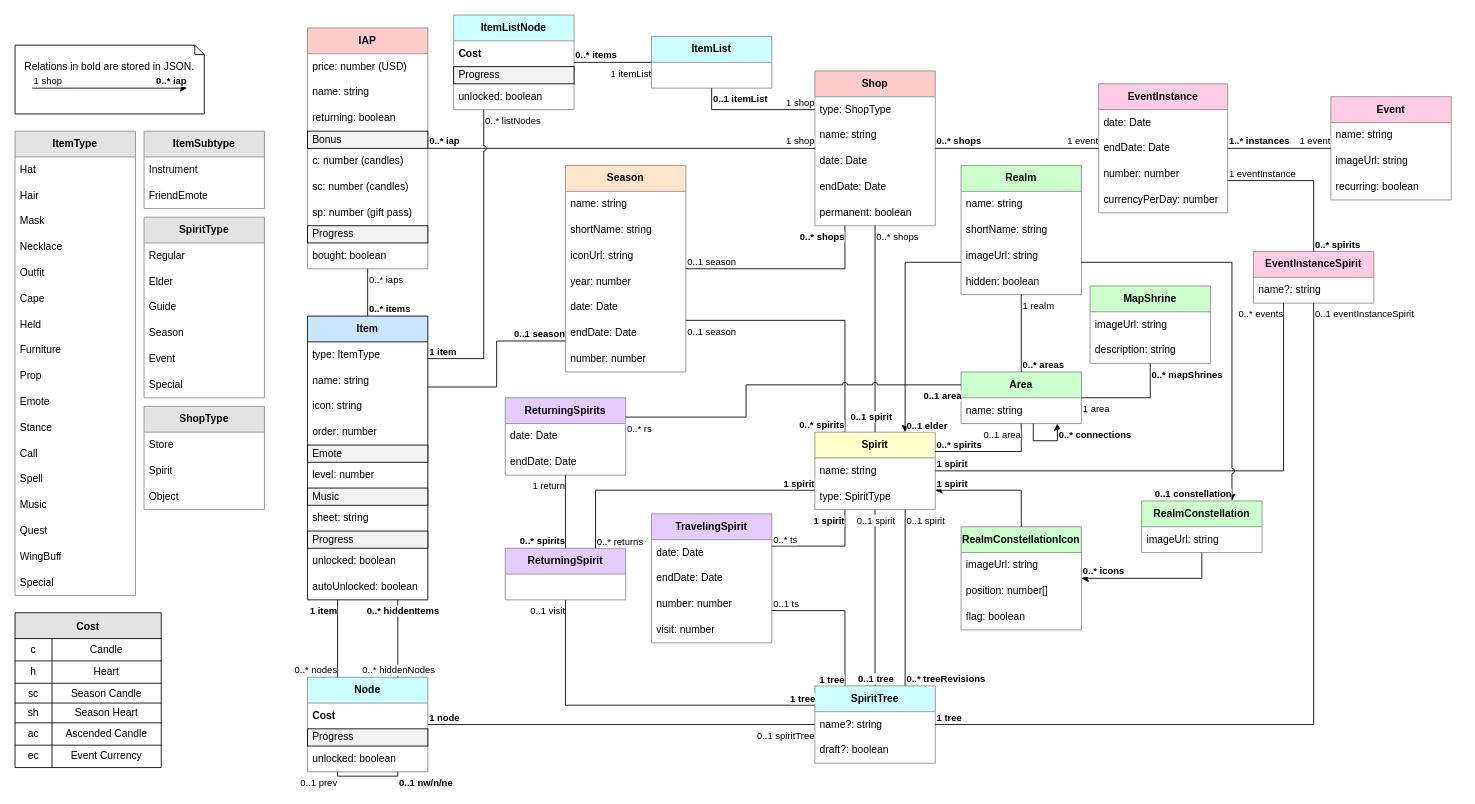
This is diagrams/SkyPlannerData.drawio from Silverfeelin/SkyGame-Planner, a draw.io file, before an edit. Source tidied: cells renumbered, new cells numbered last; positions are measured from the earlier drawing's top-left corner, leaving out a move shared by most shapes. Both pictures are drawn from the tidied source at 86%, with x=0, y=0 at pixel (15, 15).
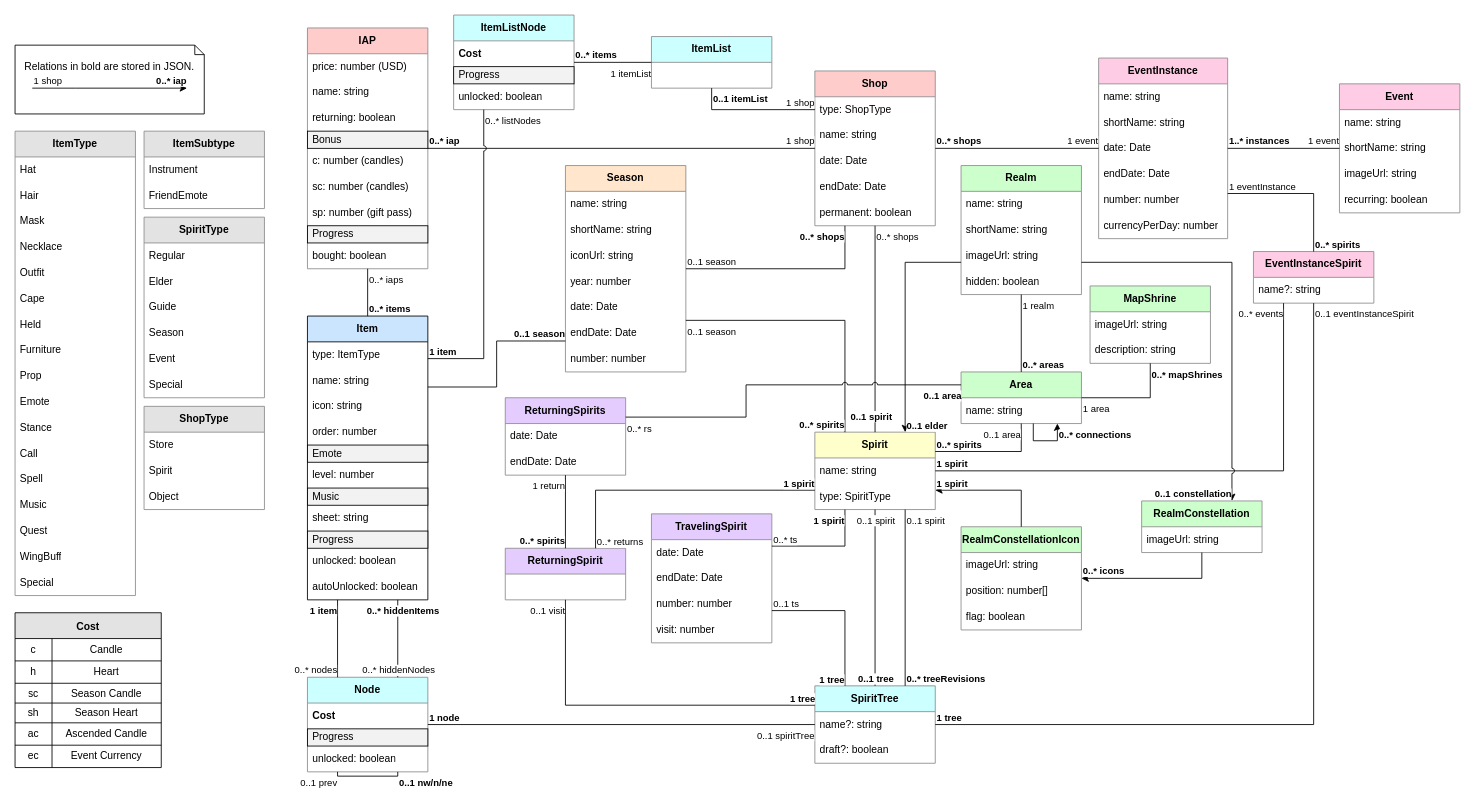
Above is the later version.

Change to the diagram source:
```diff
@@
     <mxCell id="53" value="Event" style="swimlane;fontStyle=1;horizontal=1;startSize=30;whiteSpace=wrap;html=1;fillStyle=auto;strokeColor=#8C8C8C;fillColor=#FFCCE6;" parent="1" vertex="1">
-      <mxGeometry x="1530" y="95" width="140" height="120" as="geometry" />
+      <mxGeometry x="1540" y="80" width="140" height="150" as="geometry" />
     </mxCell>
@@
+    <mxCell id="282" value="shortName: string" style="text;strokeColor=none;fillColor=none;align=left;verticalAlign=middle;spacingLeft=4;spacingRight=4;overflow=hidden;whiteSpace=wrap;html=1;fillStyle=auto;" parent="53" vertex="1">
+      <mxGeometry y="60" width="140" height="30" as="geometry" />
+    </mxCell>
     <mxCell id="55" value="imageUrl: string" style="text;strokeColor=none;fillColor=none;align=left;verticalAlign=middle;spacingLeft=4;spacingRight=4;overflow=hidden;whiteSpace=wrap;html=1;fillStyle=auto;" parent="53" vertex="1">
-      <mxGeometry y="60" width="140" height="30" as="geometry" />
+      <mxGeometry y="90" width="140" height="30" as="geometry" />
     </mxCell>
     <mxCell id="56" value="recurring: boolean" style="text;strokeColor=none;fillColor=none;align=left;verticalAlign=middle;spacingLeft=4;spacingRight=4;overflow=hidden;whiteSpace=wrap;html=1;fillStyle=auto;" parent="53" vertex="1">
-      <mxGeometry y="90" width="140" height="30" as="geometry" />
+      <mxGeometry y="120" width="140" height="30" as="geometry" />
     </mxCell>
@@
     <mxCell id="96" value="EventInstance" style="swimlane;fontStyle=1;horizontal=1;startSize=30;whiteSpace=wrap;html=1;fillStyle=auto;strokeColor=#8C8C8C;fillColor=#FFCCE6;" parent="1" vertex="1">
-      <mxGeometry x="1260" y="80" width="150" height="150" as="geometry" />
+      <mxGeometry x="1260" y="50" width="150" height="210" as="geometry" />
     </mxCell>
+    <mxCell id="283" value="name: string" style="text;strokeColor=none;fillColor=none;align=left;verticalAlign=middle;spacingLeft=4;spacingRight=4;overflow=hidden;whiteSpace=wrap;html=1;fillStyle=auto;" parent="96" vertex="1">
+      <mxGeometry y="30" width="150" height="30" as="geometry" />
+    </mxCell>
+    <mxCell id="284" value="shortName: string" style="text;strokeColor=none;fillColor=none;align=left;verticalAlign=middle;spacingLeft=4;spacingRight=4;overflow=hidden;whiteSpace=wrap;html=1;fillStyle=auto;" parent="96" vertex="1">
+      <mxGeometry y="60" width="150" height="30" as="geometry" />
+    </mxCell>
     <mxCell id="97" value="date: Date" style="text;strokeColor=none;fillColor=none;align=left;verticalAlign=middle;spacingLeft=4;spacingRight=4;overflow=hidden;whiteSpace=wrap;html=1;fillStyle=auto;" parent="96" vertex="1">
-      <mxGeometry y="30" width="150" height="30" as="geometry" />
+      <mxGeometry y="90" width="150" height="30" as="geometry" />
     </mxCell>
     <mxCell id="98" value="endDate: Date" style="text;strokeColor=none;fillColor=none;align=left;verticalAlign=middle;spacingLeft=4;spacingRight=4;overflow=hidden;whiteSpace=wrap;html=1;fillStyle=auto;" parent="96" vertex="1">
-      <mxGeometry y="60" width="150" height="30" as="geometry" />
+      <mxGeometry y="120" width="150" height="30" as="geometry" />
     </mxCell>
     <mxCell id="99" value="number: number" style="text;strokeColor=none;fillColor=none;align=left;verticalAlign=middle;spacingLeft=4;spacingRight=4;overflow=hidden;whiteSpace=wrap;html=1;fillStyle=auto;" parent="96" vertex="1">
-      <mxGeometry y="90" width="150" height="30" as="geometry" />
+      <mxGeometry y="150" width="150" height="30" as="geometry" />
     </mxCell>
     <mxCell id="100" value="currencyPerDay: number" style="text;strokeColor=none;fillColor=none;align=left;verticalAlign=middle;spacingLeft=4;spacingRight=4;overflow=hidden;whiteSpace=wrap;html=1;fillStyle=auto;" parent="96" vertex="1">
-      <mxGeometry y="120" width="150" height="30" as="geometry" />
+      <mxGeometry y="180" width="150" height="30" as="geometry" />
     </mxCell>
```
